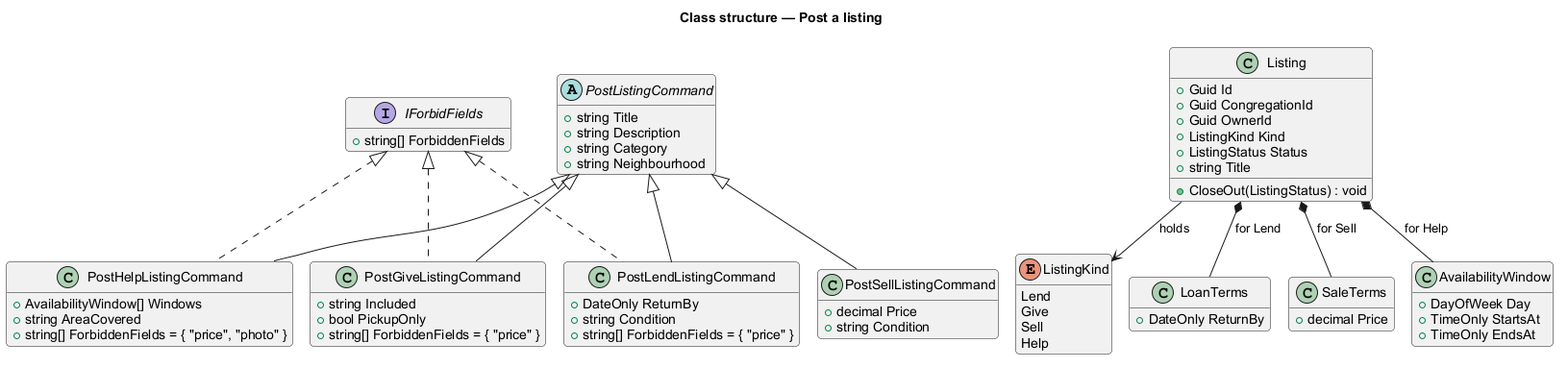
Earlier version of the PlantUML export docs/detailed-designs/listings/post-a-listing/diagrams/class-structure.png (QuinntyneBrown/Barnabas).
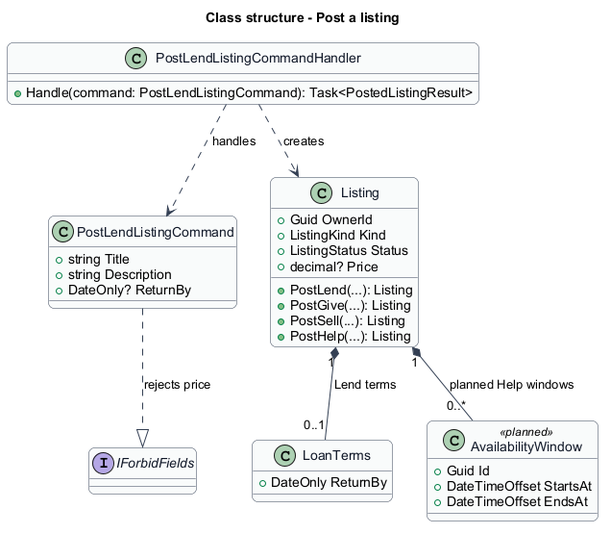
After the change.

What changed in the source:
```diff
@@ -1,76 +1,54 @@
 @startuml
-!pragma layout smetana
-title Class structure — Post a listing
 skinparam backgroundColor #FFFFFF
 skinparam shadowing false
-skinparam roundcorner 8
+skinparam roundcorner 12
 skinparam defaultFontName Arial
-hide empty members
-
-interface IForbidFields {
-  +string[] ForbiddenFields
+skinparam ArrowColor #344054
+skinparam rectangle {
+  BorderColor #344054
+  FontColor #101828
 }
-abstract class PostListingCommand {
+skinparam package {
+  BorderColor #667085
+  FontColor #101828
+  BackgroundColor #F9FAFB
+}
+skinparam class {
+  BorderColor #344054
+  FontColor #101828
+  BackgroundColor #F9FAFB
+}
+title Class structure - Post a listing
+class PostLendListingCommand {
   +string Title
   +string Description
-  +string Category
-  +string Neighbourhood
+  +DateOnly? ReturnBy
 }
-class PostLendListingCommand {
-  +DateOnly ReturnBy
-  +string Condition
-  +string[] ForbiddenFields = { "price" }
-}
-class PostGiveListingCommand {
-  +string Included
-  +bool PickupOnly
-  +string[] ForbiddenFields = { "price" }
-}
-class PostSellListingCommand {
-  +decimal Price
-  +string Condition
-}
-class PostHelpListingCommand {
-  +AvailabilityWindow[] Windows
-  +string AreaCovered
-  +string[] ForbiddenFields = { "price", "photo" }
-}
+interface IForbidFields
+PostLendListingCommand ..|> IForbidFields : rejects price
 class Listing {
-  +Guid Id
-  +Guid CongregationId
   +Guid OwnerId
   +ListingKind Kind
   +ListingStatus Status
-  +string Title
-  +CloseOut(ListingStatus) : void
-}
-enum ListingKind {
-  Lend
-  Give
-  Sell
-  Help
+  +decimal? Price
+  +PostLend(...): Listing
+  +PostGive(...): Listing
+  +PostSell(...): Listing
+  +PostHelp(...): Listing
 }
 class LoanTerms {
   +DateOnly ReturnBy
 }
-class SaleTerms {
-  +decimal Price
+class AvailabilityWindow <<planned>> {
+  +Guid Id
+  +DateTimeOffset StartsAt
+  +DateTimeOffset EndsAt
 }
-class AvailabilityWindow {
-  +DayOfWeek Day
-  +TimeOnly StartsAt
-  +TimeOnly EndsAt
+class PostLendListingCommandHandler {
+  +Handle(command: PostLendListingCommand): Task<PostedListingResult>
 }
-
-PostListingCommand <|-- PostLendListingCommand
-PostListingCommand <|-- PostGiveListingCommand
-PostListingCommand <|-- PostSellListingCommand
-PostListingCommand <|-- PostHelpListingCommand
-IForbidFields <|.. PostLendListingCommand
-IForbidFields <|.. PostGiveListingCommand
-IForbidFields <|.. PostHelpListingCommand
-Listing --> ListingKind : holds
-Listing *-- LoanTerms : for Lend
-Listing *-- SaleTerms : for Sell
-Listing *-- AvailabilityWindow : for Help
+PostLendListingCommandHandler ..> PostLendListingCommand : handles
+PostLendListingCommandHandler ..> Listing : creates
+Listing "1" *-- "0..1" LoanTerms : Lend terms
+Listing "1" *-- "0..*" AvailabilityWindow : planned Help windows
 @enduml
```
